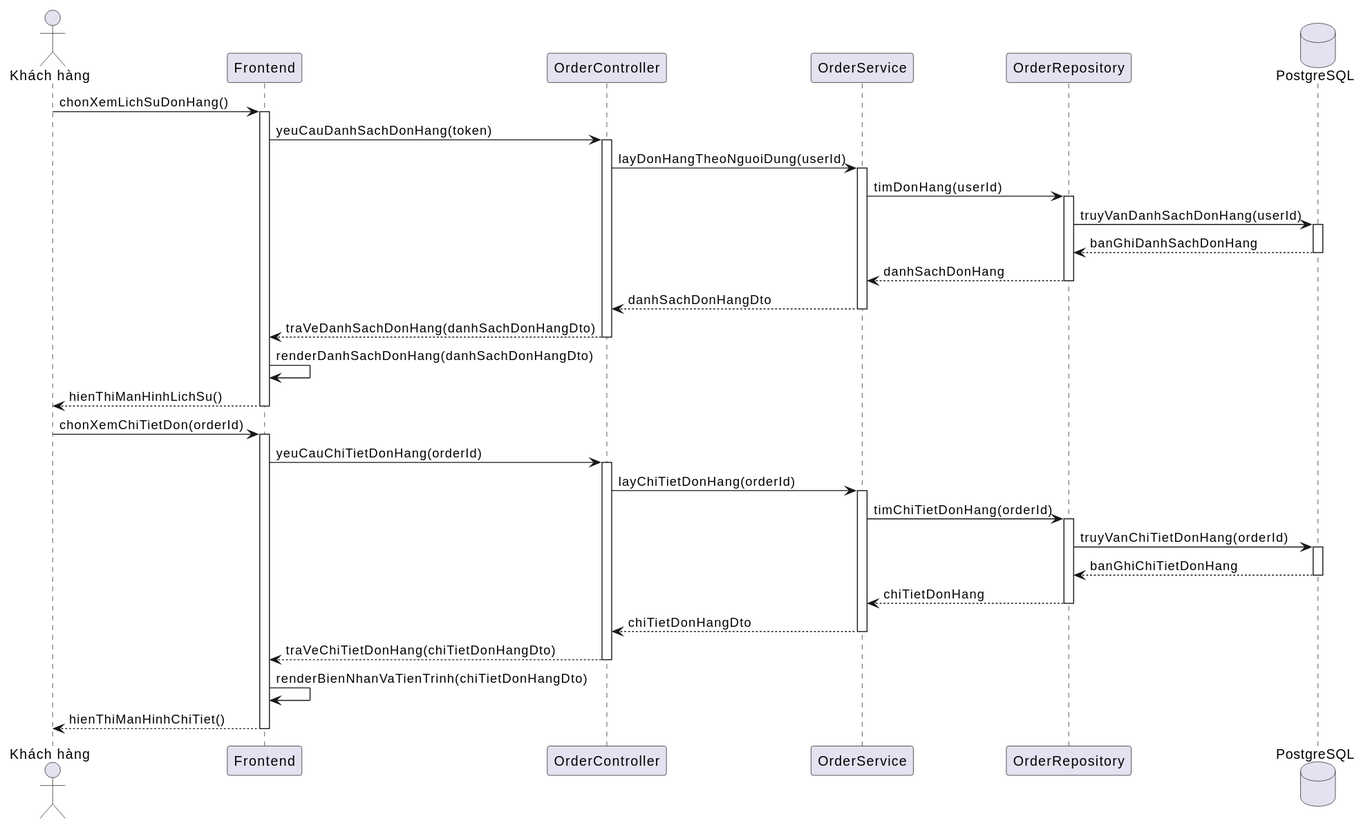
Phuc280106/BrewLite2 keeps this PlantUML diagram as docs/diagrams/transaction/sequence-order-history.svg. Above is the earlier version.
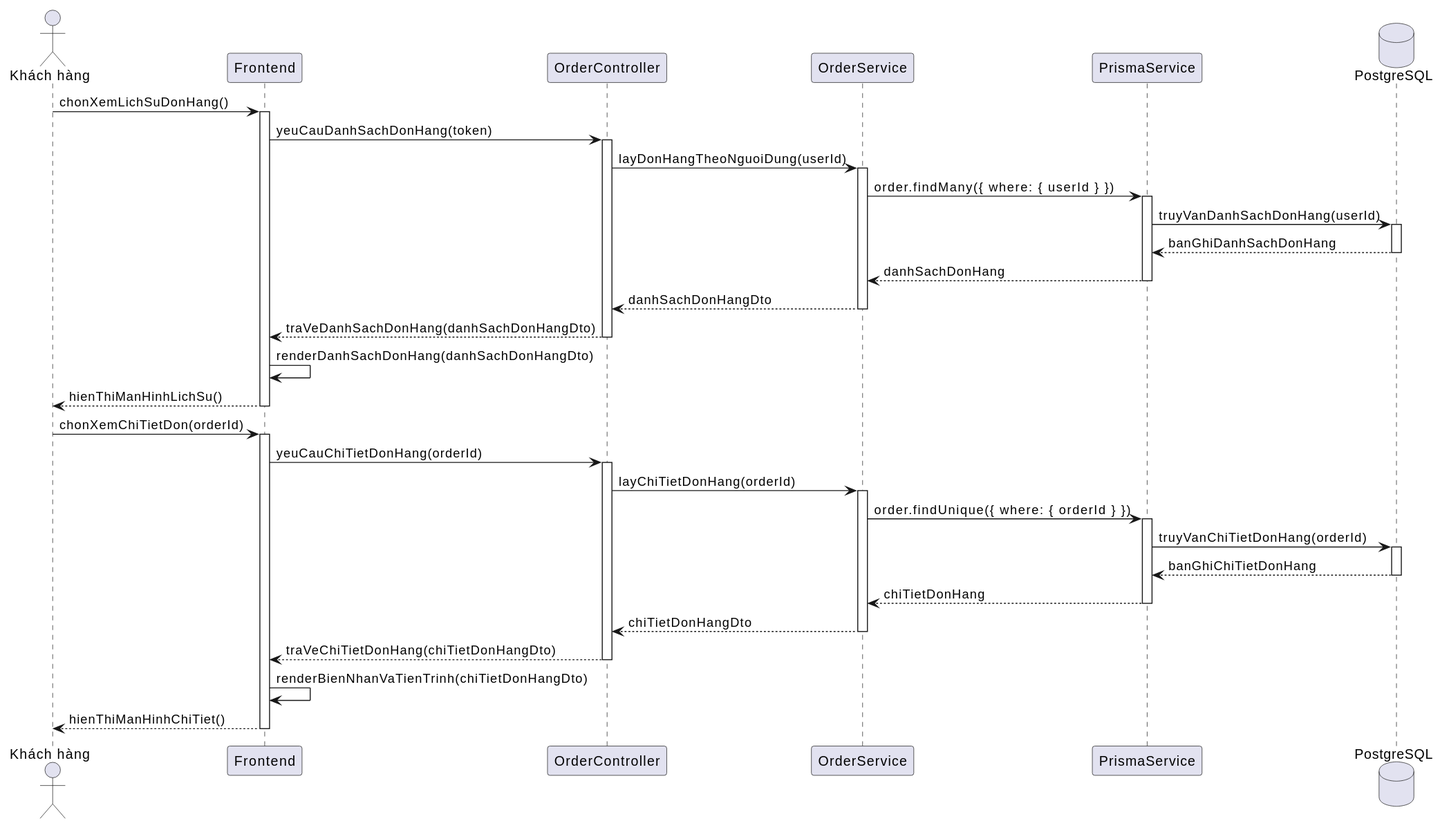
After the change.

Commit message:
docs(diagrams): render lai anh svg cho usecase va sequence theo dung puml da sua

Diff of the diagram source:
```diff
@@ -3,7 +3,7 @@
 participant "Frontend" as UI
 participant "OrderController" as Controller
 participant "OrderService" as Service
-participant "OrderRepository" as Repo
+participant "PrismaService" as Prisma
 database "PostgreSQL" as DB
 
 Customer -> UI : chonXemLichSuDonHang()
@@ -14,14 +14,14 @@
 Controller -> Service : layDonHangTheoNguoiDung(userId)
 activate Service
 
-Service -> Repo : timDonHang(userId)
-activate Repo
-Repo -> DB : truyVanDanhSachDonHang(userId)
+Service -> Prisma : order.findMany({ where: { userId } })
+activate Prisma
+Prisma -> DB : truyVanDanhSachDonHang(userId)
 activate DB
-DB --> Repo : banGhiDanhSachDonHang
+DB --> Prisma : banGhiDanhSachDonHang
 deactivate DB
-Repo --> Service : danhSachDonHang
-deactivate Repo
+Prisma --> Service : danhSachDonHang
+deactivate Prisma
 
 Service --> Controller : danhSachDonHangDto
 deactivate Service
@@ -40,14 +40,14 @@
 Controller -> Service : layChiTietDonHang(orderId)
 activate Service
 
-Service -> Repo : timChiTietDonHang(orderId)
-activate Repo
-Repo -> DB : truyVanChiTietDonHang(orderId)
+Service -> Prisma : order.findUnique({ where: { orderId } })
+activate Prisma
+Prisma -> DB : truyVanChiTietDonHang(orderId)
 activate DB
-DB --> Repo : banGhiChiTietDonHang
+DB --> Prisma : banGhiChiTietDonHang
 deactivate DB
-Repo --> Service : chiTietDonHang
-deactivate Repo
+Prisma --> Service : chiTietDonHang
+deactivate Prisma
 
 Service --> Controller : chiTietDonHangDto
 deactivate Service
```
